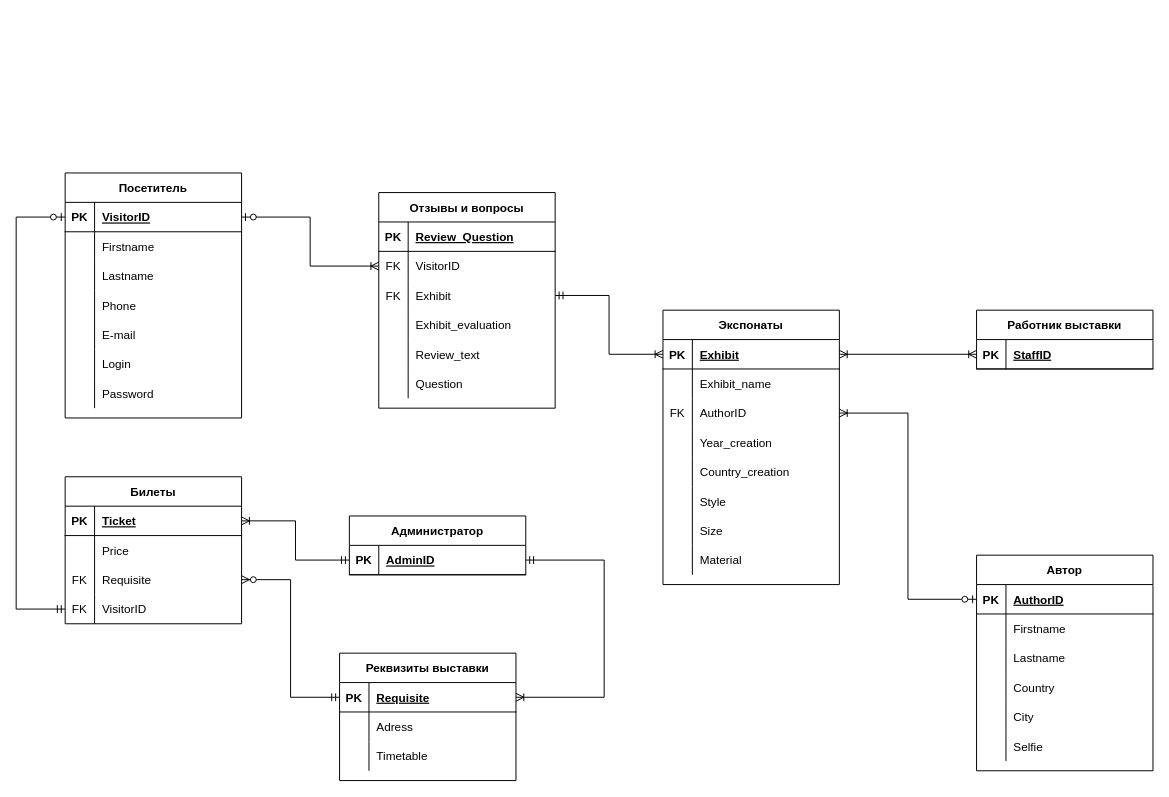
The draw.io diagram Diagrams/ER.drawio in OlgaMats/-, before the edit. Source tidied: cells renumbered, new cells numbered last; positions are measured from the earlier drawing's top-left corner, leaving out a move shared by most shapes. Both pictures are drawn from the tidied source at 98%, with x=0, y=0 at pixel (16, 172).
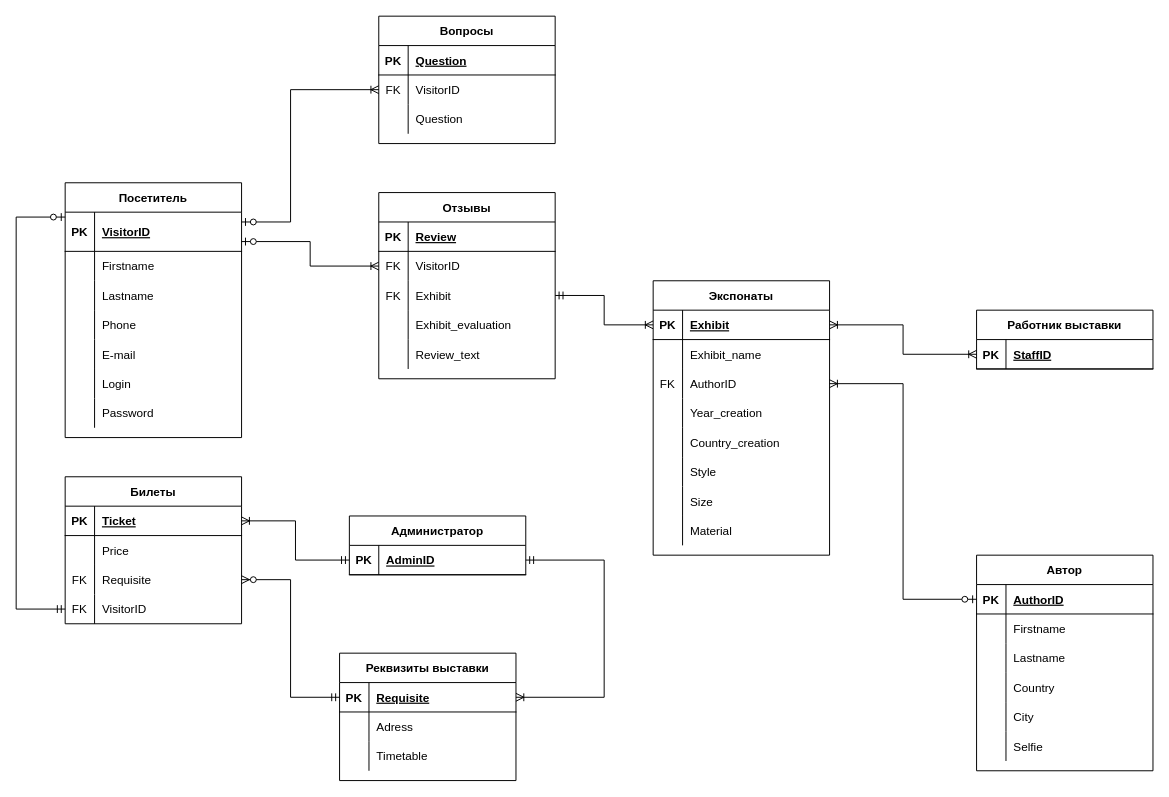
The same page after the edit.

Unchanged cells that the change refers to:
```xml
<mxCell id="25" style="shape=partialRectangle;fillColor=none;top=0;left=0;bottom=1;right=0;" parent="24" vertex="1">
  <mxGeometry y="30" width="180" height="30" as="geometry" />
</mxCell>
<mxCell id="28" style="shape=partialRectangle;fillColor=none;top=0;left=0;bottom=0;right=0;points=[[0,0.5],[1,0.5]];portConstraint=eastwest;" parent="24" vertex="1">
  <mxGeometry y="60" width="180" height="30" as="geometry" />
</mxCell>
```

The edit, as a diff of the source:
```diff
@@
     <mxCell id="2" value="Посетитель" style="shape=table;startSize=30;childLayout=tableLayout;rowLines=0;fontStyle=1;align=center;" parent="1" vertex="1">
-      <mxGeometry x="50" width="180" height="250" as="geometry" />
+      <mxGeometry x="50" y="10" width="180" height="260" as="geometry" />
     </mxCell>
     <mxCell id="3" style="shape=partialRectangle;fillColor=none;top=0;left=0;bottom=1;right=0;points=[[0,0.5],[1,0.5]];portConstraint=eastwest;" parent="2" vertex="1">
-      <mxGeometry y="30" width="180" height="30" as="geometry" />
+      <mxGeometry y="30" width="180" height="40" as="geometry" />
     </mxCell>
     <mxCell id="4" value="PK" style="shape=partialRectangle;fillColor=none;top=0;left=0;bottom=0;right=0;fontStyle=1;overflow=hidden;" parent="3" vertex="1">
-      <mxGeometry width="30" height="30" as="geometry" />
+      <mxGeometry width="30" height="40" as="geometry" />
     </mxCell>
     <mxCell id="5" value="VisitorID" style="shape=partialRectangle;fillColor=none;top=0;left=0;bottom=0;right=0;align=left;spacingLeft=6;fontStyle=5;overflow=hidden;" parent="3" vertex="1">
-      <mxGeometry x="30" width="150" height="30" as="geometry" />
+      <mxGeometry x="30" width="150" height="40" as="geometry" />
     </mxCell>
     <mxCell id="6" style="shape=partialRectangle;fillColor=none;top=0;left=0;bottom=0;right=0;" parent="2" vertex="1">
-      <mxGeometry y="60" width="180" height="30" as="geometry" />
+      <mxGeometry y="70" width="180" height="30" as="geometry" />
     </mxCell>
@@
     <mxCell id="9" style="shape=partialRectangle;fillColor=none;top=0;left=0;bottom=0;right=0;" parent="2" vertex="1">
-      <mxGeometry y="90" width="180" height="30" as="geometry" />
+      <mxGeometry y="100" width="180" height="30" as="geometry" />
     </mxCell>
@@
     <mxCell id="12" style="shape=partialRectangle;fillColor=none;top=0;left=0;bottom=0;right=0;" parent="2" vertex="1">
-      <mxGeometry y="120" width="180" height="30" as="geometry" />
+      <mxGeometry y="130" width="180" height="30" as="geometry" />
     </mxCell>
@@
     <mxCell id="15" style="shape=partialRectangle;fillColor=none;top=0;left=0;bottom=0;right=0;" parent="2" vertex="1">
-      <mxGeometry y="150" width="180" height="30" as="geometry" />
+      <mxGeometry y="160" width="180" height="30" as="geometry" />
     </mxCell>
@@
     <mxCell id="18" style="shape=partialRectangle;fillColor=none;top=0;left=0;bottom=0;right=0;" parent="2" vertex="1">
-      <mxGeometry y="180" width="180" height="30" as="geometry" />
+      <mxGeometry y="190" width="180" height="30" as="geometry" />
     </mxCell>
@@
     <mxCell id="21" style="shape=partialRectangle;fillColor=none;top=0;left=0;bottom=0;right=0;" parent="2" vertex="1">
-      <mxGeometry y="210" width="180" height="30" as="geometry" />
+      <mxGeometry y="220" width="180" height="30" as="geometry" />
     </mxCell>
@@
-    <mxCell id="24" value="Отзывы и вопросы" style="shape=table;startSize=30;childLayout=tableLayout;rowLines=0;fontStyle=1;align=center;" parent="1" vertex="1">
-      <mxGeometry x="370" y="20" width="180" height="220" as="geometry" />
+    <mxCell id="24" value="Отзывы" style="shape=table;startSize=30;childLayout=tableLayout;rowLines=0;fontStyle=1;align=center;" parent="1" vertex="1">
+      <mxGeometry x="370" y="20" width="180" height="190" as="geometry" />
     </mxCell>
@@
-    <mxCell id="27" value="Review_Question" style="shape=partialRectangle;fillColor=none;top=0;left=0;bottom=0;right=0;align=left;spacingLeft=6;fontStyle=5;overflow=hidden;" parent="25" vertex="1">
+    <mxCell id="27" value="Review" style="shape=partialRectangle;fillColor=none;top=0;left=0;bottom=0;right=0;align=left;spacingLeft=6;fontStyle=5;overflow=hidden;" parent="25" vertex="1">
       <mxGeometry x="30" width="150" height="30" as="geometry" />
     </mxCell>
@@
-    <mxCell id="40" style="shape=partialRectangle;fillColor=none;top=0;left=0;bottom=0;right=0;" parent="24" vertex="1">
-      <mxGeometry y="180" width="180" height="30" as="geometry" />
-    </mxCell>
-    <mxCell id="41" style="shape=partialRectangle;fillColor=none;top=0;left=0;bottom=0;right=0;overflow=hidden;" parent="40" vertex="1">
-      <mxGeometry width="30" height="30" as="geometry" />
-    </mxCell>
-    <mxCell id="42" value="Question" style="shape=partialRectangle;fillColor=none;top=0;left=0;bottom=0;right=0;align=left;spacingLeft=6;overflow=hidden;" parent="40" vertex="1">
-      <mxGeometry x="30" width="150" height="30" as="geometry" />
-    </mxCell>
     <mxCell id="43" style="edgeStyle=orthogonalEdgeStyle;fontSize=12;html=1;endArrow=ERoneToMany;startArrow=ERzeroToOne;rounded=0;" parent="1" edge="1" source="3" target="28">
-      <mxGeometry relative="1" as="geometry" />
+      <mxGeometry relative="1" as="geometry">
+        <Array as="points">
+          <mxPoint x="300" y="70" />
+          <mxPoint x="300" y="95" />
+        </Array>
+      </mxGeometry>
     </mxCell>
@@
     <mxCell id="75" value="Экспонаты" style="shape=table;startSize=30;childLayout=tableLayout;rowLines=0;fontStyle=1;align=center;" parent="1" vertex="1">
-      <mxGeometry x="660" y="140" width="180" height="280" as="geometry" />
+      <mxGeometry x="650" y="110" width="180" height="280" as="geometry" />
     </mxCell>
@@
+    <mxCell id="126" value="Вопросы" style="shape=table;startSize=30;childLayout=tableLayout;rowLines=0;fontStyle=1;align=center;" parent="1" vertex="1">
+      <mxGeometry x="370" y="-160" width="180" height="130" as="geometry" />
+    </mxCell>
+    <mxCell id="127" style="shape=partialRectangle;fillColor=none;top=0;left=0;bottom=1;right=0;" parent="126" vertex="1">
+      <mxGeometry y="30" width="180" height="30" as="geometry" />
+    </mxCell>
+    <mxCell id="128" value="PK" style="shape=partialRectangle;fillColor=none;top=0;left=0;bottom=0;right=0;fontStyle=1;overflow=hidden;" parent="127" vertex="1">
+      <mxGeometry width="30" height="30" as="geometry" />
+    </mxCell>
+    <mxCell id="129" value="Question" style="shape=partialRectangle;fillColor=none;top=0;left=0;bottom=0;right=0;align=left;spacingLeft=6;fontStyle=5;overflow=hidden;" parent="127" vertex="1">
+      <mxGeometry x="30" width="150" height="30" as="geometry" />
+    </mxCell>
+    <mxCell id="130" style="shape=partialRectangle;fillColor=none;top=0;left=0;bottom=0;right=0;points=[[0,0.5],[1,0.5]];portConstraint=eastwest;" parent="126" vertex="1">
+      <mxGeometry y="60" width="180" height="30" as="geometry" />
+    </mxCell>
+    <mxCell id="131" value="FK" style="shape=partialRectangle;fillColor=none;top=0;left=0;bottom=0;right=0;overflow=hidden;" parent="130" vertex="1">
+      <mxGeometry width="30" height="30" as="geometry" />
+    </mxCell>
+    <mxCell id="132" value="VisitorID" style="shape=partialRectangle;fillColor=none;top=0;left=0;bottom=0;right=0;align=left;spacingLeft=6;overflow=hidden;" parent="130" vertex="1">
+      <mxGeometry x="30" width="150" height="30" as="geometry" />
+    </mxCell>
+    <mxCell id="133" style="shape=partialRectangle;fillColor=none;top=0;left=0;bottom=0;right=0;" parent="126" vertex="1">
+      <mxGeometry y="90" width="180" height="30" as="geometry" />
+    </mxCell>
+    <mxCell id="41" style="shape=partialRectangle;fillColor=none;top=0;left=0;bottom=0;right=0;overflow=hidden;" parent="133" vertex="1">
+      <mxGeometry width="30" height="30" as="geometry" />
+    </mxCell>
+    <mxCell id="42" value="Question" style="shape=partialRectangle;fillColor=none;top=0;left=0;bottom=0;right=0;align=left;spacingLeft=6;overflow=hidden;" parent="133" vertex="1">
+      <mxGeometry x="30" width="150" height="30" as="geometry" />
+    </mxCell>
+    <mxCell id="134" style="edgeStyle=orthogonalEdgeStyle;fontSize=12;html=1;endArrow=ERoneToMany;startArrow=ERzeroToOne;rounded=0;" parent="1" edge="1" source="3" target="130">
+      <mxGeometry relative="1" as="geometry">
+        <Array as="points">
+          <mxPoint x="280" y="50" />
+          <mxPoint x="280" y="-85" />
+        </Array>
+      </mxGeometry>
+    </mxCell>
```
